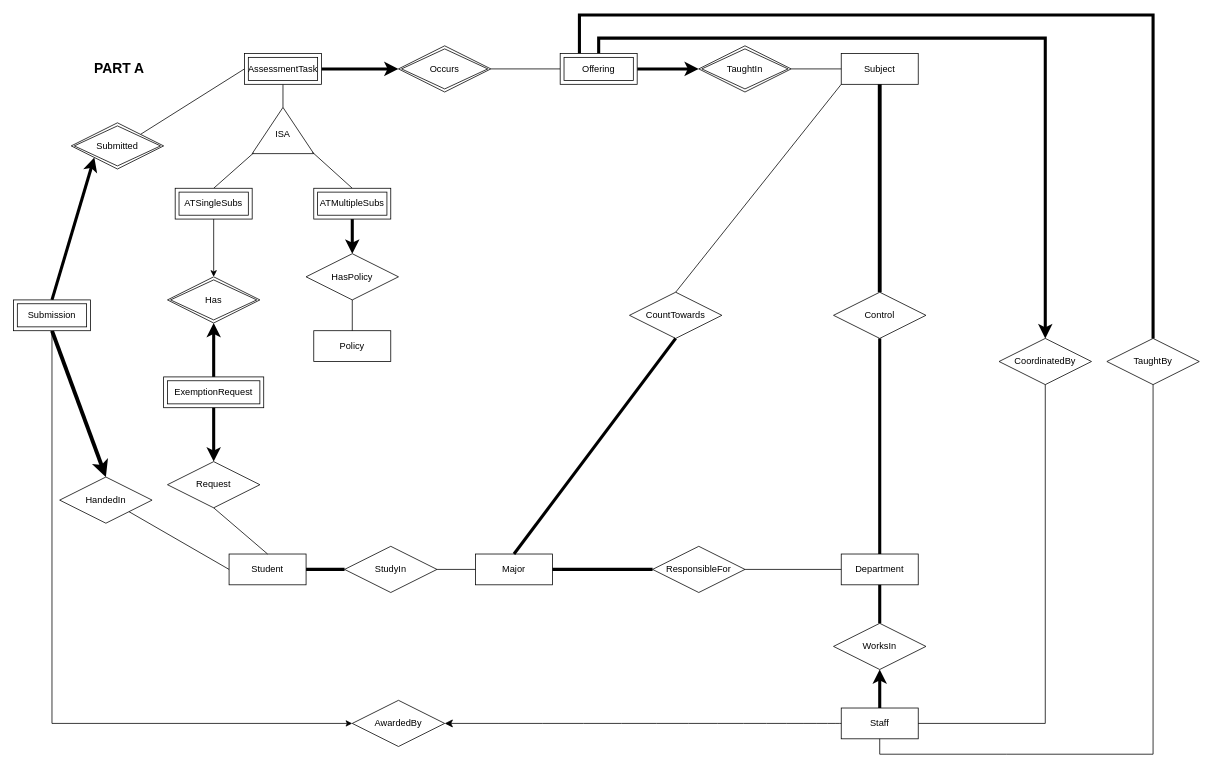
The draw.io diagram isys2120a2.drawio in NguyenChHieu/graphs, before the edit. Source tidied: cells renumbered, new cells numbered last; positions are measured from the earlier drawing's top-left corner, leaving out a move shared by most shapes. Both pictures are drawn from the tidied source at 77%, with x=0, y=0 at pixel (13, 15).
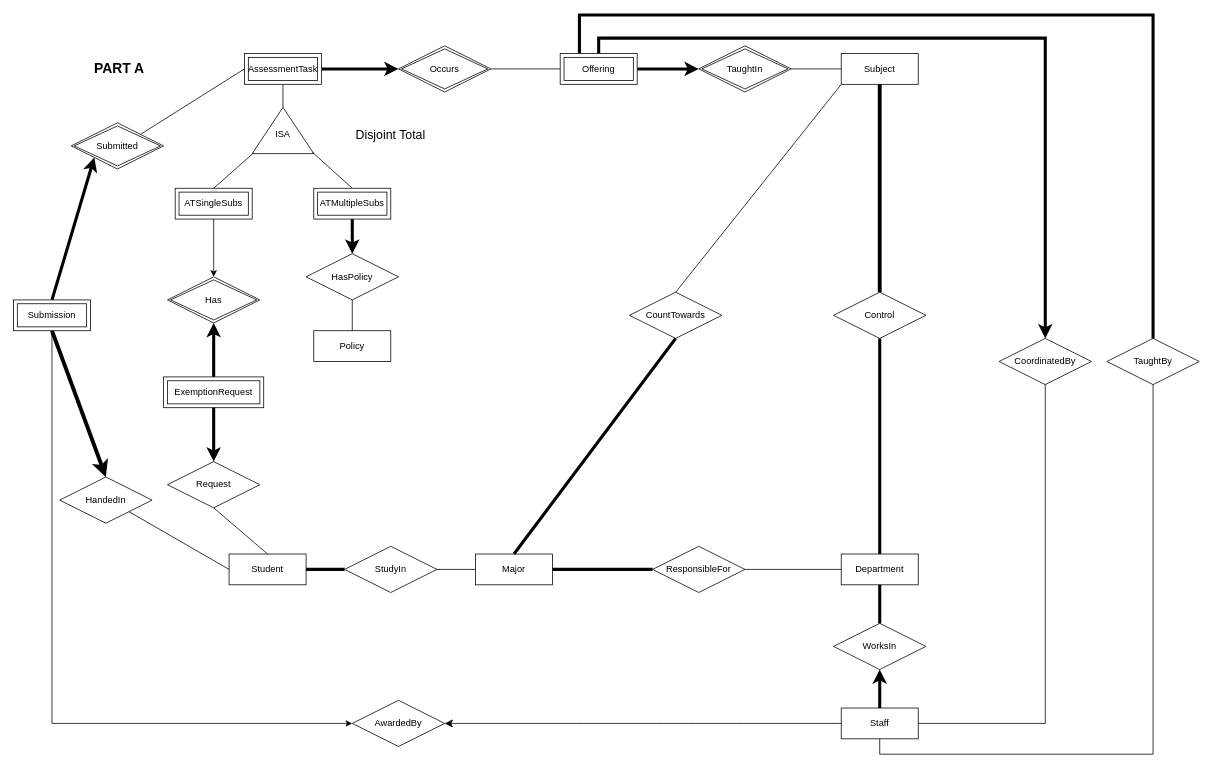
The same diagram, later.

The edit, as a diff of the source:
```diff
@@
+    <mxCell id="65" value="Disjoint Total" style="text;html=1;align=center;verticalAlign=middle;whiteSpace=wrap;rounded=0;fontSize=16;" parent="1" vertex="1">
+      <mxGeometry x="430" y="130" width="120" height="50" as="geometry" />
+    </mxCell>
```
